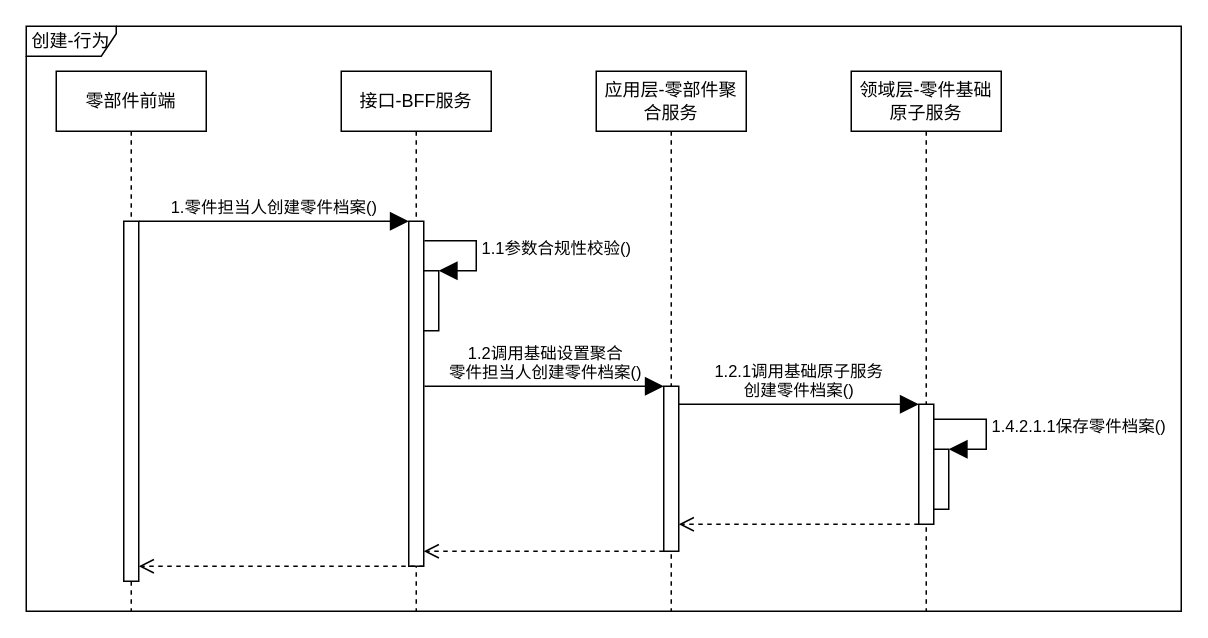
Before: page "创建-行为图" (2 of 5) of 库存管理-零件档案管理.drawio in 1132489442/gitRepository1, a draw.io diagram. Source tidied: cells renumbered, new cells numbered last; positions are measured from the earlier drawing's top-left corner, leaving out a move shared by most shapes. Both pictures are drawn from the tidied source at 150%, with x=0, y=0 at pixel (26, 26).
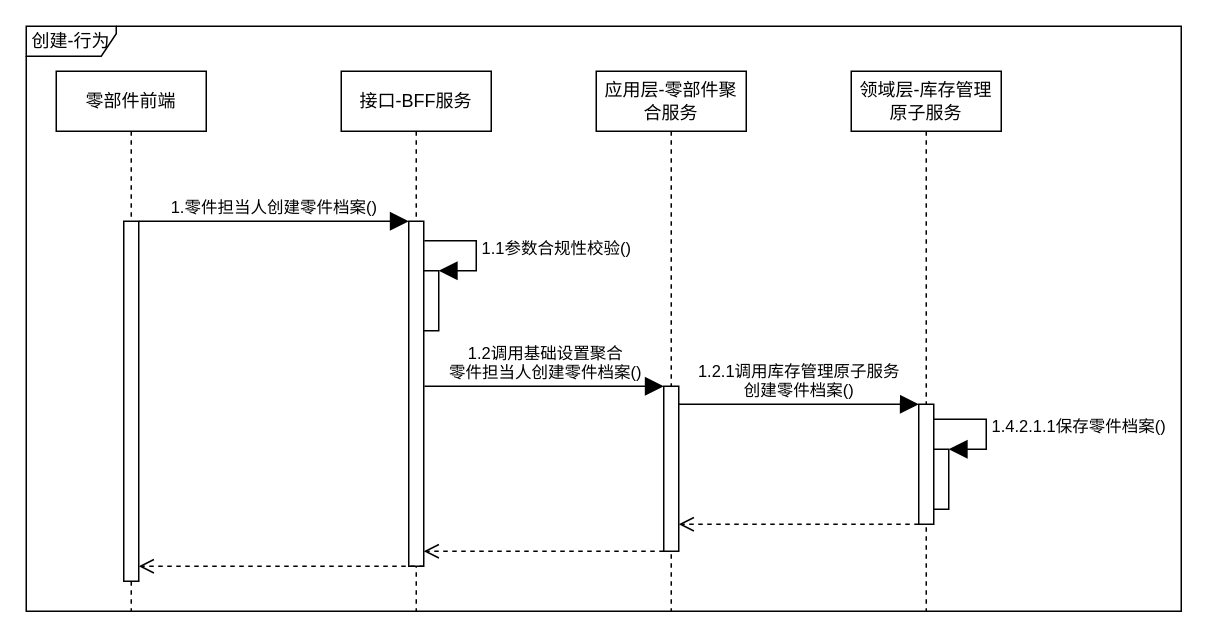
The same page after the edit.

Unchanged cells that the change refers to:
```xml
<mxCell id="9" style="html=1;points=[];perimeter=orthogonalPerimeter;fillColor=#FFFFFF;" parent="1" vertex="1">
  <mxGeometry x="595" y="252" width="10" height="80" as="geometry" />
</mxCell>
```

The edit, as a diff of the source:
```diff
@@
-    <mxCell id="4" value="领域层-零件基础原子服务" style="shape=umlLifeline;perimeter=lifelinePerimeter;whiteSpace=wrap;html=1;fillColor=#FFFFFF;" parent="1" vertex="1">
+    <mxCell id="4" value="领域层-库存管理原子服务" style="shape=umlLifeline;perimeter=lifelinePerimeter;whiteSpace=wrap;html=1;fillColor=#FFFFFF;" parent="1" vertex="1">
       <mxGeometry x="550" y="30" width="100" height="360" as="geometry" />
     </mxCell>
@@
-    <mxCell id="17" value="1.2.1调用基础原子服务&lt;br&gt;创建零件档案()" style="html=1;verticalAlign=bottom;endArrow=block;entryX=0;entryY=0;rounded=0;endSize=10;" parent="1" edge="1" target="9">
+    <mxCell id="17" value="1.2.1调用库存管理原子服务&lt;br&gt;创建零件档案()" style="html=1;verticalAlign=bottom;endArrow=block;entryX=0;entryY=0;rounded=0;endSize=10;" parent="1" edge="1" target="9">
       <mxGeometry relative="1" as="geometry">
         <mxPoint x="435" y="252" as="sourcePoint" />
       </mxGeometry>
     </mxCell>
```
